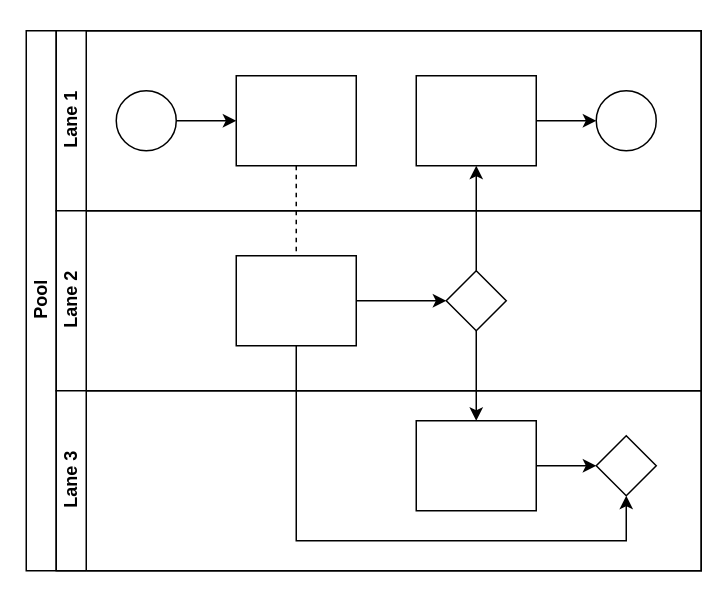
annisanurdyahP/learn_sqlite keeps this draw.io diagram as page "Page-1" (1 of 2) of Untitled Diagram.drawio. Above is the earlier version. Source tidied: cells renumbered, new cells numbered last; positions are measured from the earlier drawing's top-left corner, leaving out a move shared by most shapes. Both pictures are drawn from the tidied source at 150%, with x=0, y=0 at pixel (26, 30).
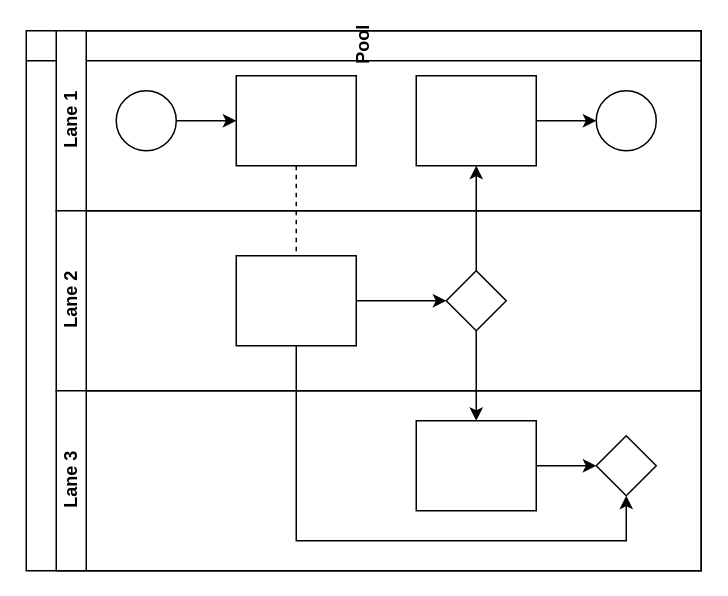
Above is the later version.

What changed in the source:
```diff
@@
-    <mxCell id="2" value="Pool" style="swimlane;html=1;horizontal=0;startSize=20;" parent="1" vertex="1">
+    <mxCell id="2" value="Pool" style="swimlane;html=1;horizontal=0;startSize=20;direction=south;" parent="1" vertex="1">
       <mxGeometry width="450" height="360" as="geometry" />
     </mxCell>
@@
-    <mxCell id="7" value="Lane 1" style="swimlane;html=1;startSize=20;horizontal=0;" parent="2" vertex="1">
+    <mxCell id="7" value="Lane 1" style="swimlane;html=1;startSize=20;horizontal=0;direction=east;" parent="2" vertex="1">
       <mxGeometry x="20" width="430" height="120" as="geometry" />
     </mxCell>
```
